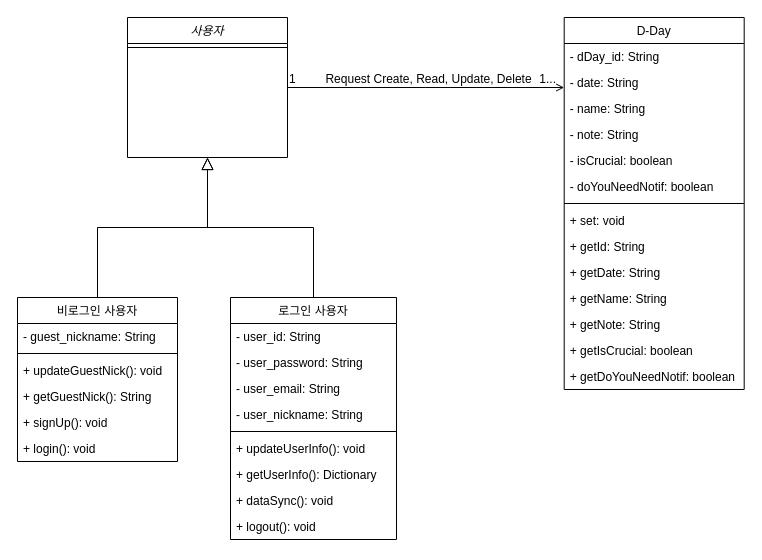
baechuTree/softwareEngineering keeps this draw.io diagram as class diagram.drawio. Above is the earlier version. Source tidied: cells renumbered, new cells numbered last; positions are measured from the earlier drawing's top-left corner, leaving out a move shared by most shapes. Both pictures are drawn from the tidied source at 100%, with x=0, y=0 at pixel (17, 17).
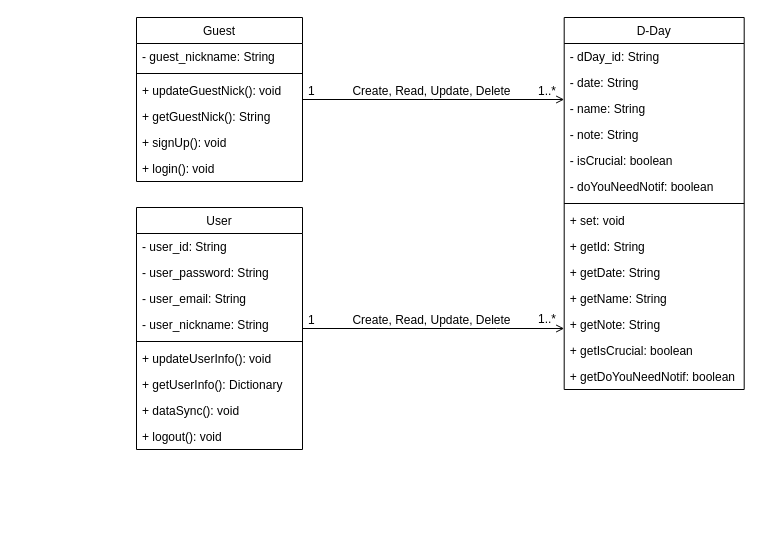
The same page after the edit.

The change refers to these unchanged cells:
```xml
<mxCell id="23" value="D-Day" style="swimlane;fontStyle=0;align=center;verticalAlign=top;horizontal=1;startSize=26;rounded=0;shadow=0;strokeWidth=1;" parent="1" vertex="1">
  <mxGeometry x="546.7" width="180" height="372" as="geometry" />
</mxCell>
```

Diff of the diagram source:
```diff
@@
-    <mxCell id="2" value="사용자" style="swimlane;fontStyle=2;align=center;verticalAlign=top;horizontal=1;startSize=26;rounded=0;shadow=0;strokeWidth=1;" parent="1" vertex="1">
-      <mxGeometry x="110" width="160" height="140" as="geometry" />
-    </mxCell>
-    <mxCell id="3" style="line;html=1;strokeWidth=1;align=left;verticalAlign=middle;spacingTop=-1;spacingLeft=3;spacingRight=3;labelPosition=right;strokeColor=default;" parent="2" vertex="1">
-      <mxGeometry y="26" width="160" height="8" as="geometry" />
-    </mxCell>
-    <mxCell id="4" value="비로그인 사용자" style="swimlane;fontStyle=0;align=center;verticalAlign=top;horizontal=1;startSize=26;rounded=0;shadow=0;strokeWidth=1;" parent="1" vertex="1">
-      <mxGeometry y="280" width="160" height="164" as="geometry" />
+    <mxCell id="4" value="Guest" style="swimlane;fontStyle=0;align=center;verticalAlign=top;horizontal=1;startSize=26;rounded=0;shadow=0;strokeWidth=1;" parent="1" vertex="1">
+      <mxGeometry x="119" width="166" height="164" as="geometry" />
     </mxCell>
     <mxCell id="5" value="- guest_nickname: String" style="text;align=left;verticalAlign=top;spacingLeft=4;spacingRight=4;overflow=hidden;rounded=0;shadow=0;html=0;" parent="4" vertex="1">
-      <mxGeometry y="26" width="160" height="26" as="geometry" />
+      <mxGeometry y="26" width="166" height="26" as="geometry" />
     </mxCell>
     <mxCell id="6" style="line;html=1;strokeWidth=1;align=left;verticalAlign=middle;spacingTop=-1;spacingLeft=3;spacingRight=3;labelPosition=right;" parent="4" vertex="1">
-      <mxGeometry y="52" width="160" height="8" as="geometry" />
+      <mxGeometry y="52" width="166" height="8" as="geometry" />
     </mxCell>
     <mxCell id="7" value="+ updateGuestNick(): void" style="text;align=left;verticalAlign=top;spacingLeft=4;spacingRight=4;overflow=hidden;fontStyle=0;" parent="4" vertex="1">
-      <mxGeometry y="60" width="160" height="26" as="geometry" />
+      <mxGeometry y="60" width="166" height="26" as="geometry" />
     </mxCell>
     <mxCell id="8" value="+ getGuestNick(): String" style="text;align=left;verticalAlign=top;spacingLeft=4;spacingRight=4;overflow=hidden;fontStyle=0;" parent="4" vertex="1">
-      <mxGeometry y="86" width="160" height="26" as="geometry" />
+      <mxGeometry y="86" width="166" height="26" as="geometry" />
     </mxCell>
     <mxCell id="9" value="+ signUp(): void" style="text;align=left;verticalAlign=top;spacingLeft=4;spacingRight=4;overflow=hidden;fontStyle=0;" parent="4" vertex="1">
-      <mxGeometry y="112" width="160" height="26" as="geometry" />
+      <mxGeometry y="112" width="166" height="26" as="geometry" />
     </mxCell>
     <mxCell id="10" value="+ login(): void" style="text;align=left;verticalAlign=top;spacingLeft=4;spacingRight=4;overflow=hidden;fontStyle=0;" parent="4" vertex="1">
-      <mxGeometry y="138" width="160" height="26" as="geometry" />
+      <mxGeometry y="138" width="166" height="26" as="geometry" />
     </mxCell>
-    <mxCell id="11" style="endArrow=block;endSize=10;endFill=0;shadow=0;strokeWidth=1;rounded=0;curved=0;edgeStyle=elbowEdgeStyle;elbow=vertical;" parent="1" edge="1" source="4" target="2">
-      <mxGeometry relative="1" as="geometry" />
-    </mxCell>
-    <mxCell id="12" value="로그인 사용자" style="swimlane;fontStyle=0;align=center;verticalAlign=top;horizontal=1;startSize=26;rounded=0;shadow=0;strokeWidth=1;" parent="1" vertex="1">
-      <mxGeometry x="213" y="280" width="166" height="242" as="geometry" />
+    <mxCell id="12" value="User" style="swimlane;fontStyle=0;align=center;verticalAlign=top;horizontal=1;startSize=26;rounded=0;shadow=0;strokeWidth=1;" parent="1" vertex="1">
+      <mxGeometry x="119" y="190" width="166" height="242" as="geometry" />
     </mxCell>
@@
-    <mxCell id="22" style="endArrow=block;endSize=10;endFill=0;shadow=0;strokeWidth=1;rounded=0;curved=0;edgeStyle=elbowEdgeStyle;elbow=vertical;" parent="1" edge="1" source="12" target="2">
-      <mxGeometry relative="1" as="geometry" />
-    </mxCell>
@@
-    <mxCell id="39" style="endArrow=open;shadow=0;strokeWidth=1;rounded=0;curved=0;endFill=1;edgeStyle=elbowEdgeStyle;elbow=vertical;" parent="1" edge="1" source="2" target="23">
+    <mxCell id="39" style="endArrow=open;shadow=0;strokeWidth=1;rounded=0;curved=0;endFill=1;edgeStyle=elbowEdgeStyle;elbow=vertical;" parent="1" edge="1" source="4" target="23">
       <mxGeometry x="0.5" y="41" relative="1" as="geometry">
         <mxPoint x="-40" y="32" as="offset" />
       </mxGeometry>
     </mxCell>
-    <mxCell id="40" value="1" style="align=left;verticalAlign=bottom;labelBackgroundColor=none;fontSize=12;" parent="39" vertex="1">
-      <mxGeometry x="-1" relative="1" as="geometry" />
-    </mxCell>
-    <mxCell id="41" value="1..." style="align=right;verticalAlign=bottom;labelBackgroundColor=none;fontSize=12;" parent="39" vertex="1">
+    <mxCell id="41" value="1..*" style="align=right;verticalAlign=bottom;labelBackgroundColor=none;fontSize=12;" parent="39" vertex="1">
       <mxGeometry x="1" relative="1" as="geometry">
         <mxPoint x="-7" as="offset" />
       </mxGeometry>
     </mxCell>
-    <mxCell id="42" value="Request Create, Read, Update, Delete" style="text;html=1;align=center;verticalAlign=middle;labelBackgroundColor=none;rounded=0;shadow=0;strokeWidth=1;fontSize=12;" parent="39" vertex="1">
+    <mxCell id="42" value="Create, Read, Update, Delete" style="text;html=1;align=center;verticalAlign=middle;labelBackgroundColor=none;rounded=0;shadow=0;strokeWidth=1;fontSize=12;" parent="39" vertex="1">
       <mxGeometry x="0.5" y="49" relative="1" as="geometry">
         <mxPoint x="-68" y="40" as="offset" />
       </mxGeometry>
     </mxCell>
+    <mxCell id="43" value="1..*" style="align=right;verticalAlign=bottom;labelBackgroundColor=none;fontSize=12;" parent="39" vertex="1">
+      <mxGeometry x="1" relative="1" as="geometry">
+        <mxPoint x="-7" y="228" as="offset" />
+      </mxGeometry>
+    </mxCell>
+    <mxCell id="44" value="1" style="align=left;verticalAlign=bottom;labelBackgroundColor=none;fontSize=12;" parent="1" vertex="1">
+      <mxGeometry x="289" y="82" as="geometry" />
+    </mxCell>
+    <mxCell id="45" value="1" style="align=left;verticalAlign=bottom;labelBackgroundColor=none;fontSize=12;" parent="1" vertex="1">
+      <mxGeometry x="289" y="311" as="geometry" />
+    </mxCell>
+    <mxCell id="46" style="group;" parent="1" vertex="1">
+      <mxGeometry x="419" y="300" width="60" height="11" as="geometry" />
+    </mxCell>
+    <mxCell id="47" style="edgeStyle=orthogonalEdgeStyle;rounded=0;jettySize=auto;html=1;endArrow=open;endFill=0;" parent="46" edge="1" source="12" target="23">
+      <mxGeometry relative="1" as="geometry">
+        <Array as="points">
+          <mxPoint x="60" y="11" />
+          <mxPoint x="60" y="11" />
+        </Array>
+      </mxGeometry>
+    </mxCell>
+    <mxCell id="48" value="Create, Read, Update, Delete" style="text;html=1;align=center;verticalAlign=middle;labelBackgroundColor=none;rounded=0;shadow=0;strokeWidth=1;fontSize=12;" parent="1" vertex="1">
+      <mxGeometry x="413" y="302" as="geometry" />
+    </mxCell>
```
